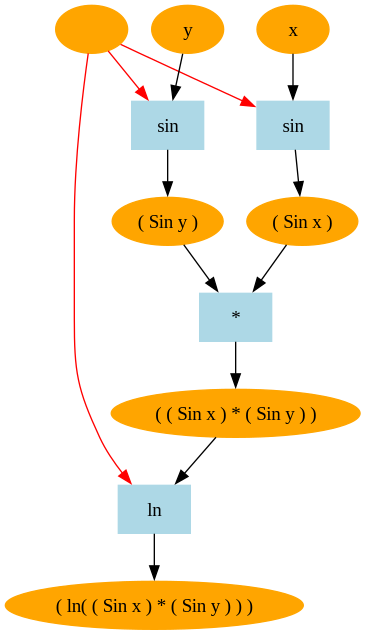
Before: f.jpg.png, a diagram exported from Graphviz (xianjunzhengbackup/ScalaCode). Its source is kept beside it as f.jpg.dot. The source it was exported from:
```dot
strict digraph {
1725188558671 [label="( ln( ( Sin x ) * ( Sin y ) ) )",color=orange,style=filled]
1725399037684 [label="ln", color=lightblue,style=filled,shape=box]
1725399037684 -> 1725188558671
null -> 1725399037684[color=red]
null [label="",color=orange,style=filled]
1722957645287 -> 1725399037684[color=black]
1722957645287 [label="( ( Sin x ) * ( Sin y ) )",color=orange,style=filled]
1725677605373 [label="*", color=lightblue,style=filled,shape=box]
1725677605373 -> 1722957645287
1726562638454 -> 1725677605373[color=black]
1726562638454 [label="( Sin x )",color=orange,style=filled]
1724892825990 [label="sin", color=lightblue,style=filled,shape=box]
1724892825990 -> 1726562638454
null -> 1724892825990[color=red]
null [label="",color=orange,style=filled]
1724984759287 -> 1724892825990[color=black]
1724984759287 [label="x",color=orange,style=filled]
1725310956220 -> 1725677605373[color=black]
1725310956220 [label="( Sin y )",color=orange,style=filled]
1726548396774 [label="sin", color=lightblue,style=filled,shape=box]
1726548396774 -> 1725310956220
null -> 1726548396774[color=red]
null [label="",color=orange,style=filled]
1727040709198 -> 1726548396774[color=black]
1727040709198 [label="y",color=orange,style=filled]
}
```
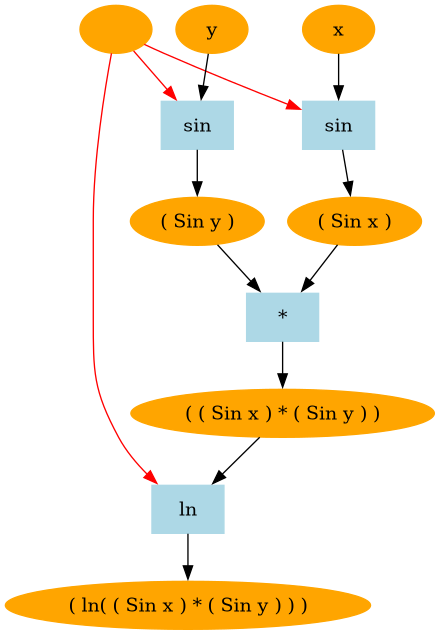
Above is the later version.

The edit, as a diff of the source:
```diff
@@ -1,27 +1,27 @@
 strict digraph {
-1725188558671 [label="( ln( ( Sin x ) * ( Sin y ) ) )",color=orange,style=filled]
-1725399037684 [label="ln", color=lightblue,style=filled,shape=box]
-1725399037684 -> 1725188558671
-null -> 1725399037684[color=red]
+1726497778860 [label="( ln( ( Sin x ) * ( Sin y ) ) )",color=orange,style=filled]
+1723333470199 [label="ln", color=lightblue,style=filled,shape=box]
+1723333470199 -> 1726497778860
+null -> 1723333470199[color=red]
 null [label="",color=orange,style=filled]
-1722957645287 -> 1725399037684[color=black]
-1722957645287 [label="( ( Sin x ) * ( Sin y ) )",color=orange,style=filled]
-1725677605373 [label="*", color=lightblue,style=filled,shape=box]
-1725677605373 -> 1722957645287
-1726562638454 -> 1725677605373[color=black]
-1726562638454 [label="( Sin x )",color=orange,style=filled]
-1724892825990 [label="sin", color=lightblue,style=filled,shape=box]
-1724892825990 -> 1726562638454
-null -> 1724892825990[color=red]
+1722961022944 -> 1723333470199[color=black]
+1722961022944 [label="( ( Sin x ) * ( Sin y ) )",color=orange,style=filled]
+1726702398150 [label="*", color=lightblue,style=filled,shape=box]
+1726702398150 -> 1722961022944
+1724199198105 -> 1726702398150[color=black]
+1724199198105 [label="( Sin x )",color=orange,style=filled]
+1723709379283 [label="sin", color=lightblue,style=filled,shape=box]
+1723709379283 -> 1724199198105
+null -> 1723709379283[color=red]
 null [label="",color=orange,style=filled]
-1724984759287 -> 1724892825990[color=black]
-1724984759287 [label="x",color=orange,style=filled]
-1725310956220 -> 1725677605373[color=black]
-1725310956220 [label="( Sin y )",color=orange,style=filled]
-1726548396774 [label="sin", color=lightblue,style=filled,shape=box]
-1726548396774 -> 1725310956220
-null -> 1726548396774[color=red]
+1724917292402 -> 1723709379283[color=black]
+1724917292402 [label="x",color=orange,style=filled]
+1725529063796 -> 1726702398150[color=black]
+1725529063796 [label="( Sin y )",color=orange,style=filled]
+1723064034013 [label="sin", color=lightblue,style=filled,shape=box]
+1723064034013 -> 1725529063796
+null -> 1723064034013[color=red]
 null [label="",color=orange,style=filled]
-1727040709198 -> 1726548396774[color=black]
-1727040709198 [label="y",color=orange,style=filled]
+1723884531786 -> 1723064034013[color=black]
+1723884531786 [label="y",color=orange,style=filled]
 }
```
